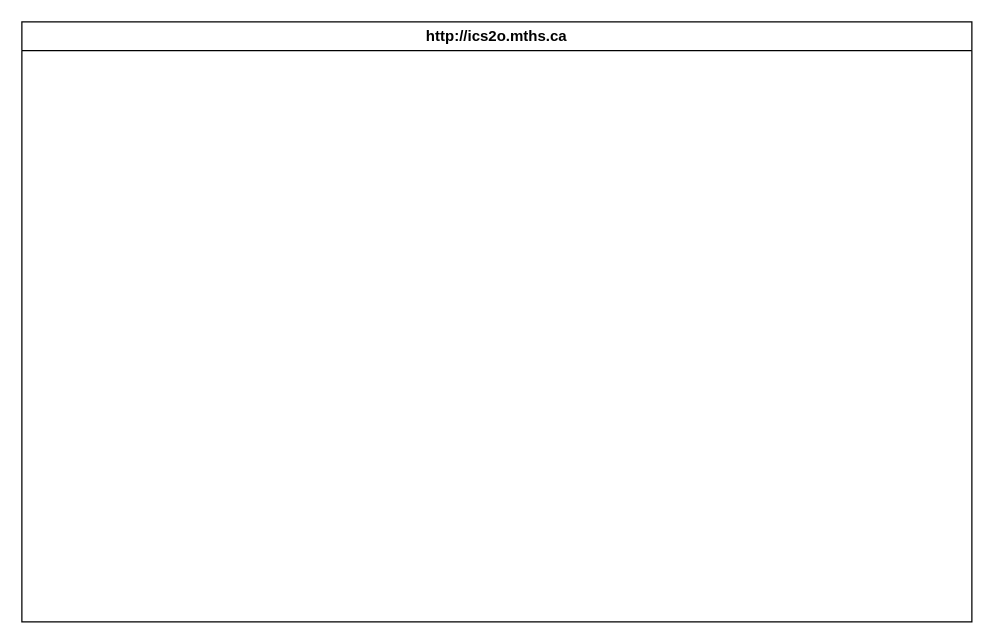
The draw.io diagram design/storyboard.drawio in MTHS-ICD2O-1-2023/ICD2O-Unit-5-08-tymofii-stepanov, before the edit. Source tidied: cells renumbered, new cells numbered last; positions are measured from the earlier drawing's top-left corner, leaving out a move shared by most shapes. Both pictures are drawn from the tidied source at 125%, with x=0, y=0 at pixel (21, 21).
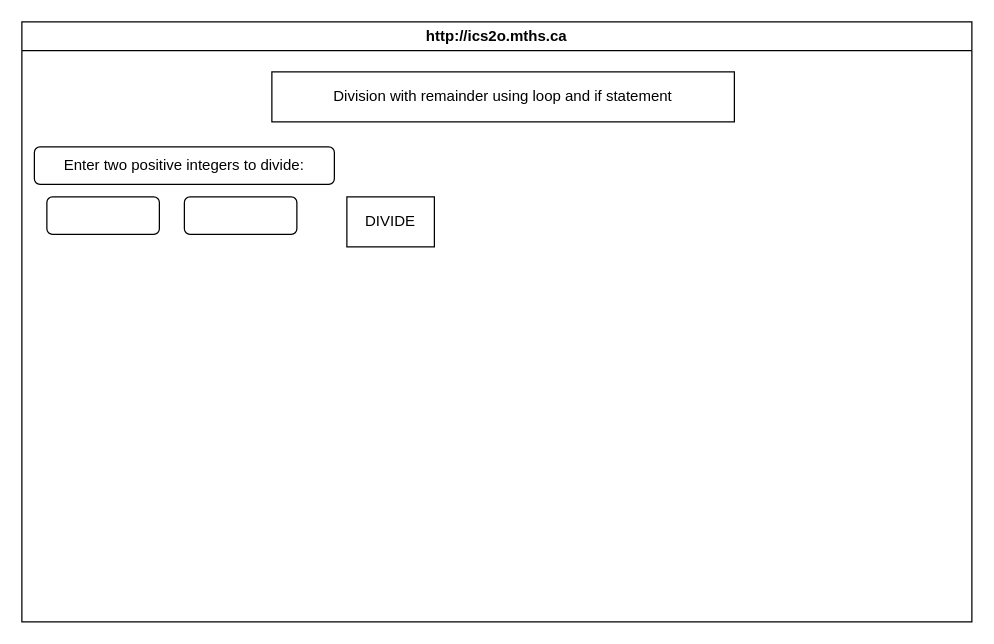
Above is the later version.

Diff of the diagram source:
```diff
@@
 <mxGraphModel>
   <root>
     <mxCell id="0" />
     <mxCell id="1" parent="0" />
     <mxCell id="2" value="http://ics2o.mths.ca" style="swimlane;whiteSpace=wrap;html=1;" parent="1" vertex="1">
       <mxGeometry width="760" height="480" as="geometry" />
     </mxCell>
+    <mxCell id="3" value="Division with remainder using loop and if statement" style="rounded=0;whiteSpace=wrap;html=1;" parent="2" vertex="1">
+      <mxGeometry x="200" y="40" width="370" height="40" as="geometry" />
+    </mxCell>
+    <mxCell id="4" value="Enter two positive integers to divide:" style="rounded=1;whiteSpace=wrap;html=1;" parent="2" vertex="1">
+      <mxGeometry x="10" y="100" width="240" height="30" as="geometry" />
+    </mxCell>
+    <mxCell id="5" style="rounded=1;whiteSpace=wrap;html=1;" parent="2" vertex="1">
+      <mxGeometry x="20" y="140" width="90" height="30" as="geometry" />
+    </mxCell>
+    <mxCell id="6" style="rounded=1;whiteSpace=wrap;html=1;" parent="2" vertex="1">
+      <mxGeometry x="130" y="140" width="90" height="30" as="geometry" />
+    </mxCell>
+    <mxCell id="7" value="DIVIDE" style="rounded=0;whiteSpace=wrap;html=1;" parent="2" vertex="1">
+      <mxGeometry x="260" y="140" width="70" height="40" as="geometry" />
+    </mxCell>
   </root>
 </mxGraphModel>
```
